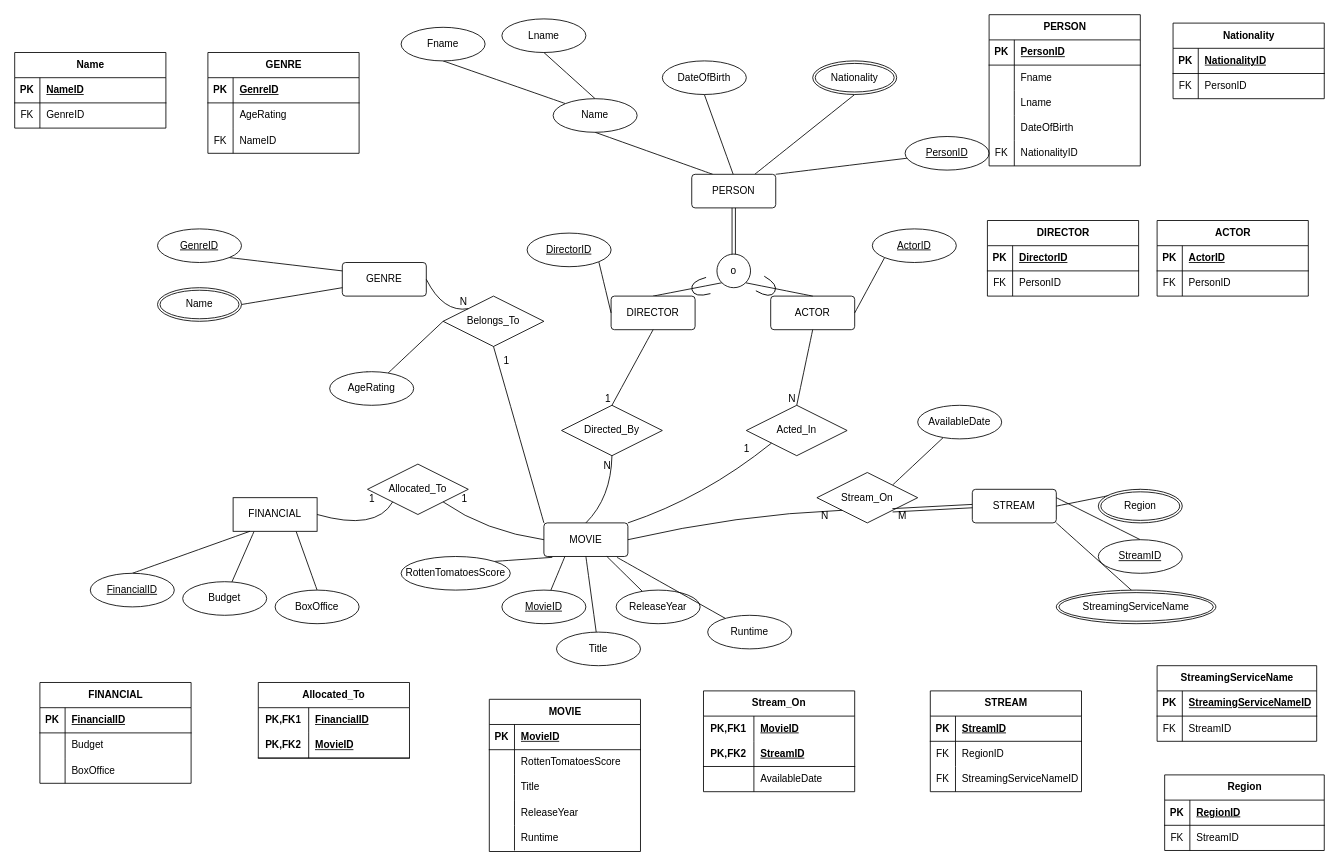
Earlier version of the draw.io diagram MovieBaseEER.drawio (miguelTrC/MovieBaseDB). Source tidied: cells renumbered, new cells numbered last; positions are measured from the earlier drawing's top-left corner, leaving out a move shared by most shapes. Both pictures are drawn from the tidied source at 84%, with x=0, y=0 at pixel (14, 14).
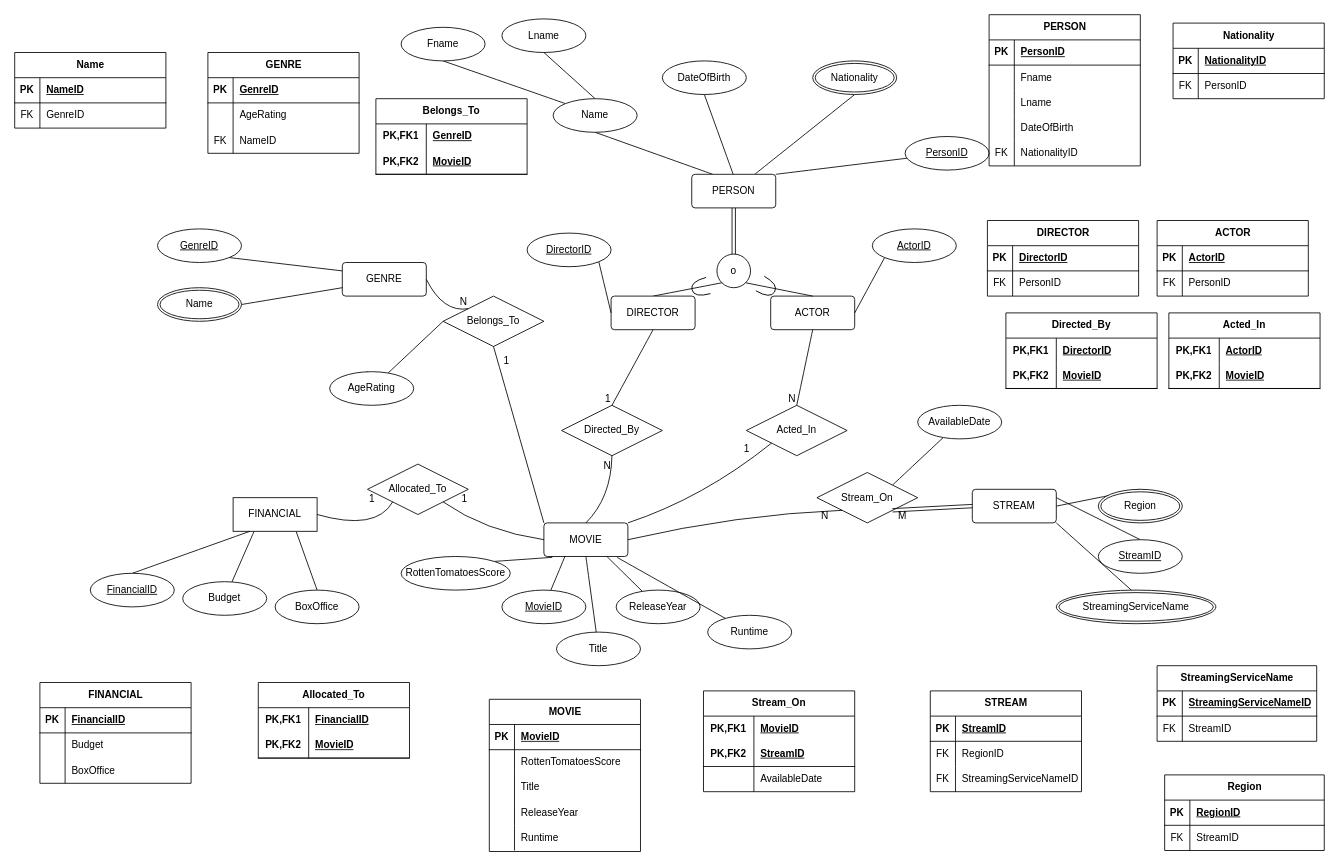
The same diagram, later.

Commit message:
All relation tables are complete, need to connect them all with arrows

Diff of the diagram source:
```diff
@@
+    <mxCell id="209" value="Belongs_To" style="shape=table;startSize=30;childLayout=tableLayout;rowLines=0;fontStyle=1;align=center;html=1;whiteSpace=wrap;" parent="1" vertex="1">
+      <mxGeometry x="430" y="100" width="180" height="90" as="geometry" />
+    </mxCell>
+    <mxCell id="210" style="shape=tableRow;horizontal=0;startSize=0;swimlaneHead=0;swimlaneBody=0;fillColor=none;top=0;left=0;right=0;bottom=0;html=1;" parent="209" vertex="1">
+      <mxGeometry y="30" width="180" height="30" as="geometry" />
+    </mxCell>
+    <mxCell id="211" value="PK,FK1" style="shape=partialRectangle;fillColor=none;top=0;left=0;bottom=0;right=0;fontStyle=1;overflow=hidden;html=1;whiteSpace=wrap;" parent="210" vertex="1">
+      <mxGeometry width="60" height="30" as="geometry" />
+    </mxCell>
+    <mxCell id="212" value="GenreID" style="shape=partialRectangle;fillColor=none;top=0;left=0;bottom=0;right=0;align=left;spacingLeft=6;fontStyle=5;overflow=hidden;html=1;whiteSpace=wrap;" parent="210" vertex="1">
+      <mxGeometry x="60" width="120" height="30" as="geometry" />
+    </mxCell>
+    <mxCell id="213" style="shape=tableRow;horizontal=0;startSize=0;swimlaneHead=0;swimlaneBody=0;fillColor=none;top=0;left=0;right=0;bottom=1;html=1;" parent="209" vertex="1">
+      <mxGeometry y="60" width="180" height="30" as="geometry" />
+    </mxCell>
+    <mxCell id="214" value="PK,FK2" style="shape=partialRectangle;fillColor=none;top=0;left=0;bottom=0;right=0;fontStyle=1;overflow=hidden;html=1;whiteSpace=wrap;" parent="213" vertex="1">
+      <mxGeometry width="60" height="30" as="geometry" />
+    </mxCell>
+    <mxCell id="215" value="MovieID" style="shape=partialRectangle;fillColor=none;top=0;left=0;bottom=0;right=0;align=left;spacingLeft=6;fontStyle=5;overflow=hidden;html=1;whiteSpace=wrap;" parent="213" vertex="1">
+      <mxGeometry x="60" width="120" height="30" as="geometry" />
+    </mxCell>
+    <mxCell id="216" value="Directed_By" style="shape=table;startSize=30;childLayout=tableLayout;rowLines=0;fontStyle=1;align=center;html=1;whiteSpace=wrap;" parent="1" vertex="1">
+      <mxGeometry x="1180" y="355" width="180" height="90" as="geometry" />
+    </mxCell>
+    <mxCell id="217" style="shape=tableRow;horizontal=0;startSize=0;swimlaneHead=0;swimlaneBody=0;fillColor=none;top=0;left=0;right=0;bottom=0;html=1;" parent="216" vertex="1">
+      <mxGeometry y="30" width="180" height="30" as="geometry" />
+    </mxCell>
+    <mxCell id="218" value="PK,FK1" style="shape=partialRectangle;fillColor=none;top=0;left=0;bottom=0;right=0;fontStyle=1;overflow=hidden;html=1;whiteSpace=wrap;" parent="217" vertex="1">
+      <mxGeometry width="60" height="30" as="geometry" />
+    </mxCell>
+    <mxCell id="219" value="DirectorID" style="shape=partialRectangle;fillColor=none;top=0;left=0;bottom=0;right=0;align=left;spacingLeft=6;fontStyle=5;overflow=hidden;html=1;whiteSpace=wrap;" parent="217" vertex="1">
+      <mxGeometry x="60" width="120" height="30" as="geometry" />
+    </mxCell>
+    <mxCell id="220" style="shape=tableRow;horizontal=0;startSize=0;swimlaneHead=0;swimlaneBody=0;fillColor=none;top=0;left=0;right=0;bottom=1;html=1;" parent="216" vertex="1">
+      <mxGeometry y="60" width="180" height="30" as="geometry" />
+    </mxCell>
+    <mxCell id="221" value="PK,FK2" style="shape=partialRectangle;fillColor=none;top=0;left=0;bottom=0;right=0;fontStyle=1;overflow=hidden;html=1;whiteSpace=wrap;" parent="220" vertex="1">
+      <mxGeometry width="60" height="30" as="geometry" />
+    </mxCell>
+    <mxCell id="222" value="MovieID" style="shape=partialRectangle;fillColor=none;top=0;left=0;bottom=0;right=0;align=left;spacingLeft=6;fontStyle=5;overflow=hidden;html=1;whiteSpace=wrap;" parent="220" vertex="1">
+      <mxGeometry x="60" width="120" height="30" as="geometry" />
+    </mxCell>
+    <mxCell id="223" value="Acted_In" style="shape=table;startSize=30;childLayout=tableLayout;rowLines=0;fontStyle=1;align=center;html=1;whiteSpace=wrap;" parent="1" vertex="1">
+      <mxGeometry x="1374" y="355" width="180" height="90" as="geometry" />
+    </mxCell>
+    <mxCell id="224" style="shape=tableRow;horizontal=0;startSize=0;swimlaneHead=0;swimlaneBody=0;fillColor=none;top=0;left=0;right=0;bottom=0;html=1;" parent="223" vertex="1">
+      <mxGeometry y="30" width="180" height="30" as="geometry" />
+    </mxCell>
+    <mxCell id="225" value="PK,FK1" style="shape=partialRectangle;fillColor=none;top=0;left=0;bottom=0;right=0;fontStyle=1;overflow=hidden;html=1;whiteSpace=wrap;" parent="224" vertex="1">
+      <mxGeometry width="60" height="30" as="geometry" />
+    </mxCell>
+    <mxCell id="226" value="ActorID" style="shape=partialRectangle;fillColor=none;top=0;left=0;bottom=0;right=0;align=left;spacingLeft=6;fontStyle=5;overflow=hidden;html=1;whiteSpace=wrap;" parent="224" vertex="1">
+      <mxGeometry x="60" width="120" height="30" as="geometry" />
+    </mxCell>
+    <mxCell id="227" style="shape=tableRow;horizontal=0;startSize=0;swimlaneHead=0;swimlaneBody=0;fillColor=none;top=0;left=0;right=0;bottom=1;html=1;" parent="223" vertex="1">
+      <mxGeometry y="60" width="180" height="30" as="geometry" />
+    </mxCell>
+    <mxCell id="228" value="PK,FK2" style="shape=partialRectangle;fillColor=none;top=0;left=0;bottom=0;right=0;fontStyle=1;overflow=hidden;html=1;whiteSpace=wrap;" parent="227" vertex="1">
+      <mxGeometry width="60" height="30" as="geometry" />
+    </mxCell>
+    <mxCell id="229" value="MovieID" style="shape=partialRectangle;fillColor=none;top=0;left=0;bottom=0;right=0;align=left;spacingLeft=6;fontStyle=5;overflow=hidden;html=1;whiteSpace=wrap;" parent="227" vertex="1">
+      <mxGeometry x="60" width="120" height="30" as="geometry" />
+    </mxCell>
```
